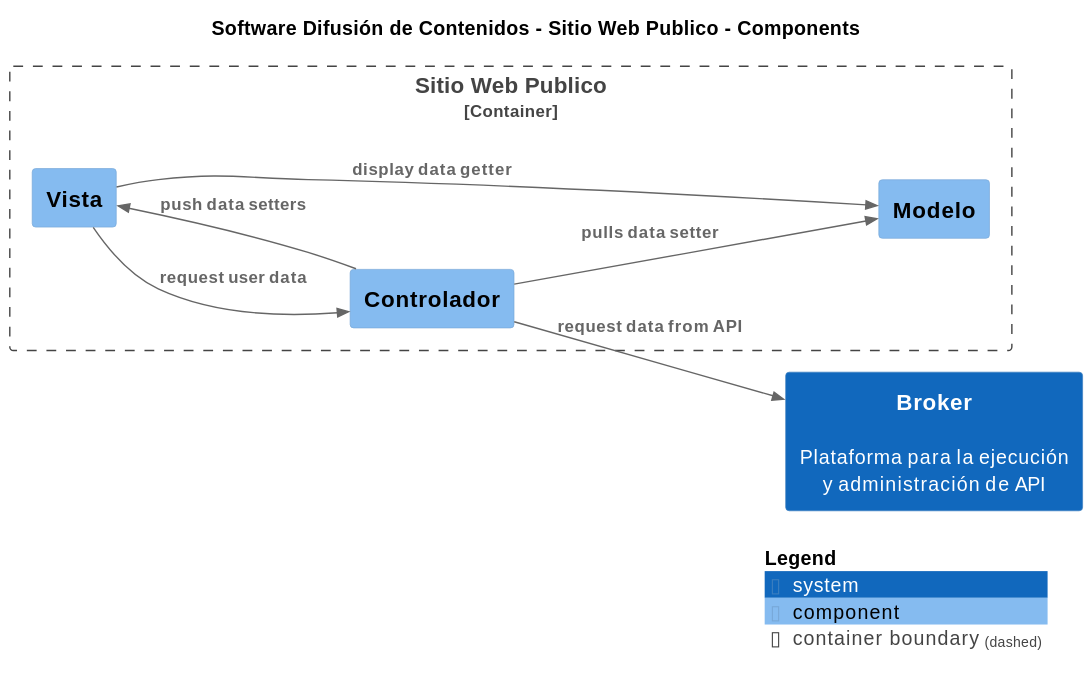
This is build/site/master/svg/Component-001.svg from nbrx/c4-dcc-arq, a PlantUML export, as it was before one commit. Its source is kept beside it as build/site/master/puml/Component-001.puml.
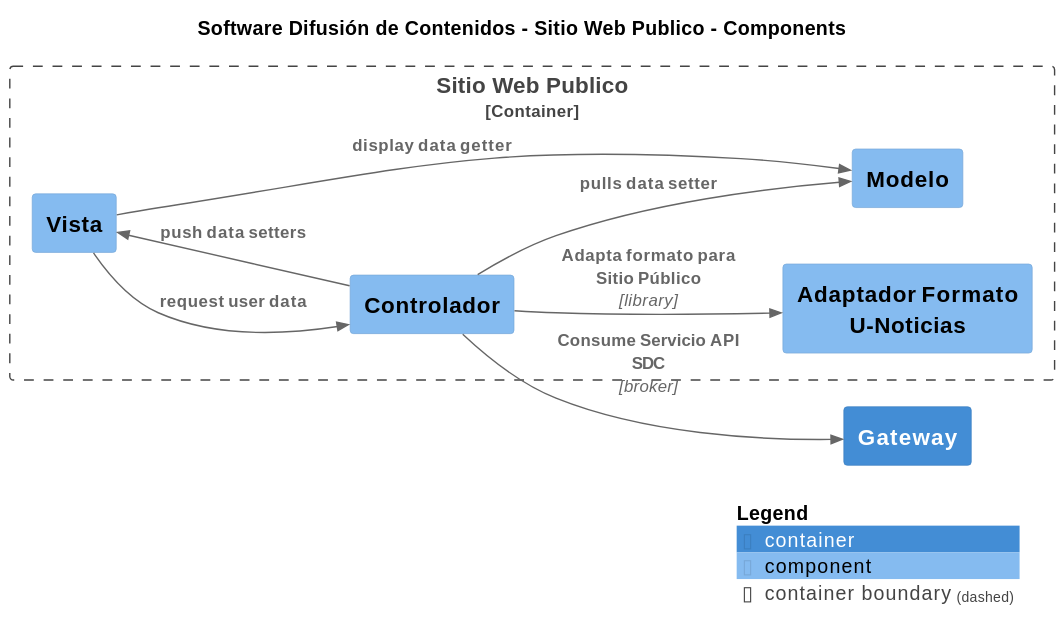
After the commit.

The edit, as a diff of the source:
```diff
@@ -6,21 +6,24 @@
 
 !include <C4/C4>
 !include <C4/C4_Context>
+!include <C4/C4_Container>
 !include <C4/C4_Component>
 
-System(Broker, "Broker", "Plataforma para la ejecución y administración de API", $tags="")
+Container(SoftwareDifusióndeContenidos.Gateway, "Gateway", "", $tags="")
 
 Container_Boundary("SoftwareDifusióndeContenidos.SitioWebPublico_boundary", "Sitio Web Publico", $tags="") {
   Component(SoftwareDifusióndeContenidos.SitioWebPublico.Modelo, "Modelo", "", $tags="")
   Component(SoftwareDifusióndeContenidos.SitioWebPublico.Vista, "Vista", "", $tags="")
   Component(SoftwareDifusióndeContenidos.SitioWebPublico.Controlador, "Controlador", "", $tags="")
+  Component(SoftwareDifusióndeContenidos.SitioWebPublico.AdaptadorFormatoUNoticias, "Adaptador Formato U-Noticias", "", $tags="")
 }
 
 Rel_D(SoftwareDifusióndeContenidos.SitioWebPublico.Controlador, SoftwareDifusióndeContenidos.SitioWebPublico.Modelo, "pulls data setter", $tags="")
 Rel_D(SoftwareDifusióndeContenidos.SitioWebPublico.Controlador, SoftwareDifusióndeContenidos.SitioWebPublico.Vista, "push data setters", $tags="")
 Rel_D(SoftwareDifusióndeContenidos.SitioWebPublico.Vista, SoftwareDifusióndeContenidos.SitioWebPublico.Controlador, "request user data", $tags="")
 Rel_D(SoftwareDifusióndeContenidos.SitioWebPublico.Vista, SoftwareDifusióndeContenidos.SitioWebPublico.Modelo, "display data getter", $tags="")
-Rel_D(SoftwareDifusióndeContenidos.SitioWebPublico.Controlador, Broker, "request data from API", $tags="")
+Rel_D(SoftwareDifusióndeContenidos.SitioWebPublico.Controlador, SoftwareDifusióndeContenidos.Gateway, "Consume Servicio API SDC", "broker", $tags="")
+Rel_D(SoftwareDifusióndeContenidos.SitioWebPublico.Controlador, SoftwareDifusióndeContenidos.SitioWebPublico.AdaptadorFormatoUNoticias, "Adapta formato para Sitio Público", "library", $tags="")
 
 SHOW_LEGEND(true)
 @enduml
```
